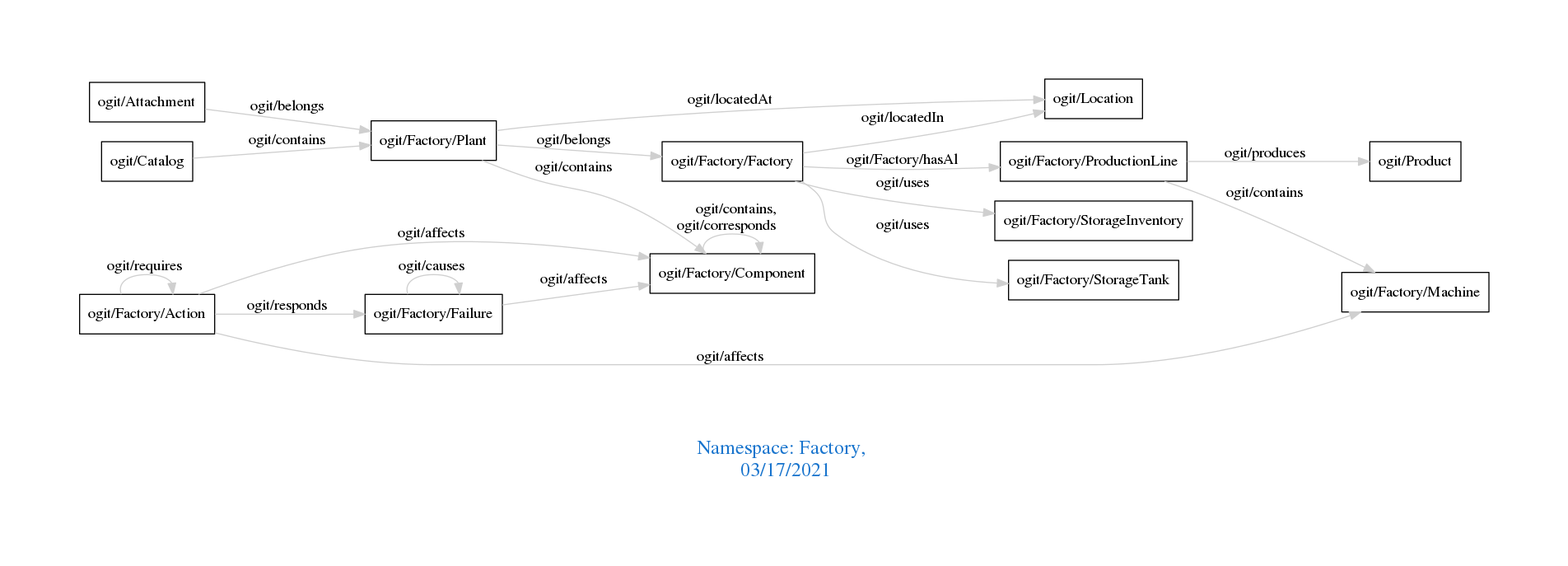
Above: downloads/Factory.png in arago/OGIT (Graphviz), before the change. Its source is kept beside it as downloads/Factory.dot.
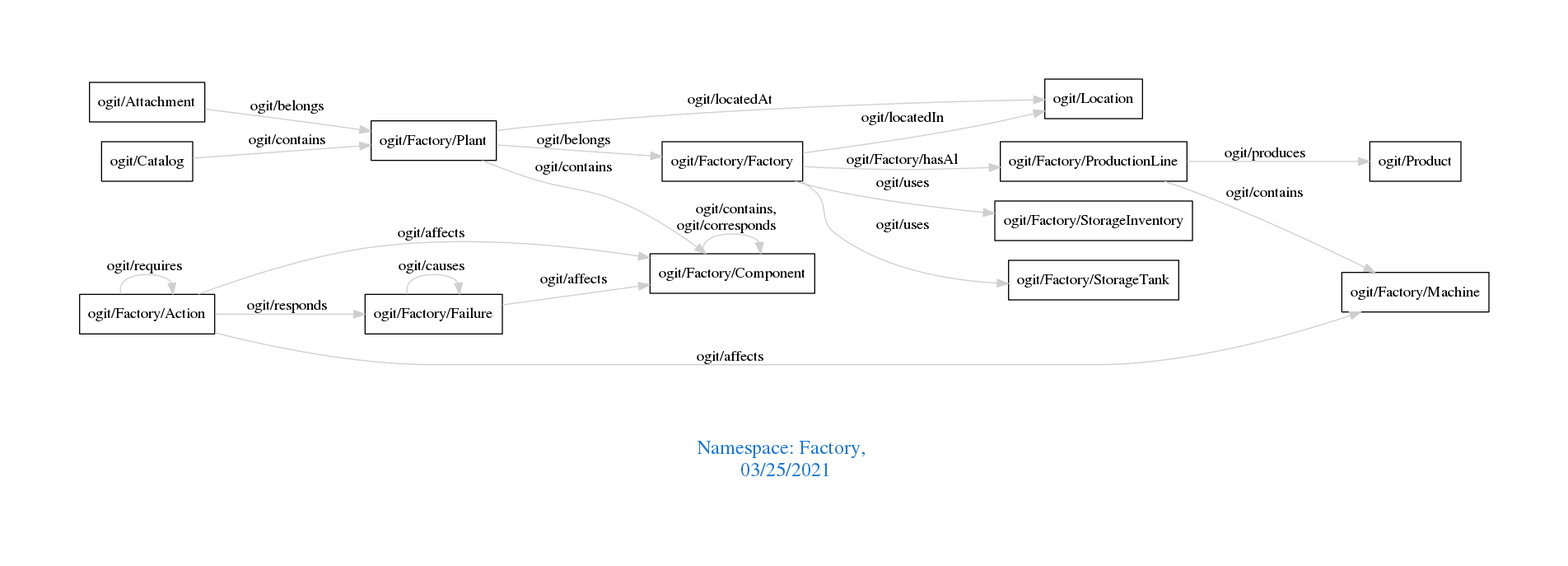
After the change.

Change to the diagram source:
```diff
@@ -1,7 +1,7 @@
 digraph OGIT_ontology {
  graph [ rankdir= LR,pad=1
 fontsize = 18,
-fontcolor= dodgerblue3,label = "\n\n\nNamespace: Factory, \n 03/17/2021"];
+fontcolor= dodgerblue3,label = "\n\n\nNamespace: Factory, \n 03/25/2021"];
 node[shape=polygon];
 edge [  color="gray81"];
 
```
